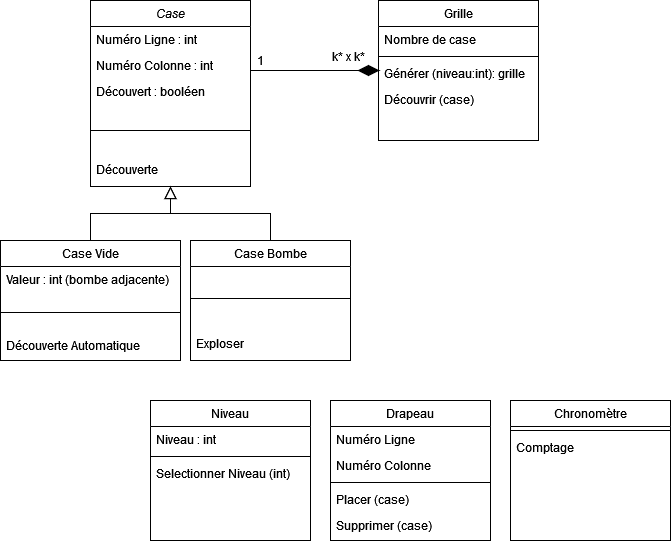
Above: diag_classe.png in leonielrx/demineur (draw.io), before the change. Source tidied: cells renumbered, new cells last; positions are measured from the earlier drawing's top-left corner, leaving out a move shared by most shapes.
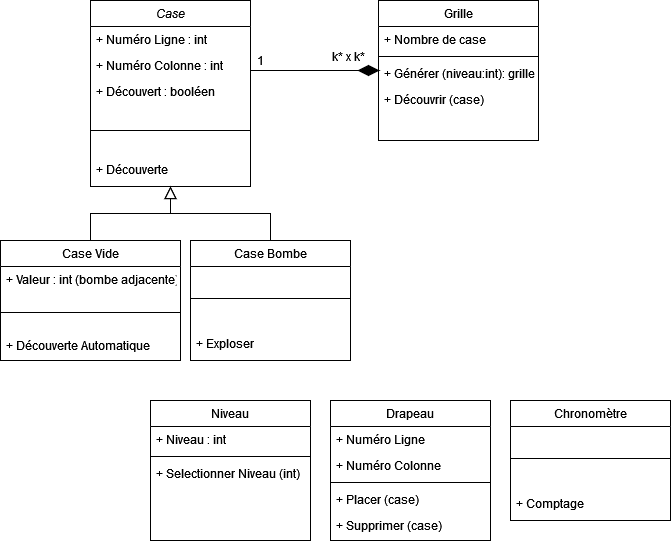
Above is the later version.

Commit message:
Mettre à jour diag_classe.png

What changed in the source:
```diff
@@ -5,31 +5,31 @@
     <mxCell id="2" value="Case" style="swimlane;fontStyle=2;align=center;verticalAlign=top;horizontal=1;startSize=26;rounded=0;shadow=0;strokeWidth=1;" parent="1" vertex="1">
       <mxGeometry x="90" width="160" height="186" as="geometry" />
     </mxCell>
-    <mxCell id="3" value="Numéro Ligne : int" style="text;align=left;verticalAlign=top;spacingLeft=4;spacingRight=4;overflow=hidden;" parent="2" vertex="1">
+    <mxCell id="3" value="+ Numéro Ligne : int" style="text;align=left;verticalAlign=top;spacingLeft=4;spacingRight=4;overflow=hidden;" parent="2" vertex="1">
       <mxGeometry y="26" width="160" height="26" as="geometry" />
     </mxCell>
-    <mxCell id="4" value="Numéro Colonne : int" style="text;align=left;verticalAlign=top;spacingLeft=4;spacingRight=4;overflow=hidden;rounded=0;shadow=0;html=0;" parent="2" vertex="1">
+    <mxCell id="4" value="+ Numéro Colonne : int" style="text;align=left;verticalAlign=top;spacingLeft=4;spacingRight=4;overflow=hidden;rounded=0;shadow=0;html=0;" parent="2" vertex="1">
       <mxGeometry y="52" width="160" height="26" as="geometry" />
     </mxCell>
-    <mxCell id="5" value="Découvert : booléen" style="text;align=left;verticalAlign=top;spacingLeft=4;spacingRight=4;overflow=hidden;rounded=0;shadow=0;html=0;" parent="2" vertex="1">
+    <mxCell id="5" value="+ Découvert : booléen" style="text;align=left;verticalAlign=top;spacingLeft=4;spacingRight=4;overflow=hidden;rounded=0;shadow=0;html=0;" parent="2" vertex="1">
       <mxGeometry y="78" width="160" height="26" as="geometry" />
     </mxCell>
     <mxCell id="6" style="line;html=1;strokeWidth=1;align=left;verticalAlign=middle;spacingTop=-1;spacingLeft=3;spacingRight=3;labelPosition=right;" parent="2" vertex="1">
       <mxGeometry y="104" width="160" height="52" as="geometry" />
     </mxCell>
-    <mxCell id="7" value="Découverte " style="text;align=left;verticalAlign=top;spacingLeft=4;spacingRight=4;overflow=hidden;" parent="2" vertex="1">
+    <mxCell id="7" value="+ Découverte " style="text;align=left;verticalAlign=top;spacingLeft=4;spacingRight=4;overflow=hidden;" parent="2" vertex="1">
       <mxGeometry y="156" width="160" height="30" as="geometry" />
     </mxCell>
     <mxCell id="8" value="Case Vide" style="swimlane;fontStyle=0;align=center;verticalAlign=top;horizontal=1;startSize=26;rounded=0;shadow=0;strokeWidth=1;" parent="1" vertex="1">
       <mxGeometry y="240" width="180" height="120" as="geometry" />
     </mxCell>
-    <mxCell id="9" value="Valeur : int (bombe adjacente)" style="text;align=left;verticalAlign=top;spacingLeft=4;spacingRight=4;overflow=hidden;" parent="8" vertex="1">
+    <mxCell id="9" value="+ Valeur : int (bombe adjacente)" style="text;align=left;verticalAlign=top;spacingLeft=4;spacingRight=4;overflow=hidden;" parent="8" vertex="1">
       <mxGeometry y="26" width="180" height="26" as="geometry" />
     </mxCell>
     <mxCell id="10" style="line;html=1;strokeWidth=1;align=left;verticalAlign=middle;spacingTop=-1;spacingLeft=3;spacingRight=3;labelPosition=right;" parent="8" vertex="1">
       <mxGeometry y="52" width="180" height="40" as="geometry" />
     </mxCell>
-    <mxCell id="11" value="Découverte Automatique" style="text;align=left;verticalAlign=top;spacingLeft=4;spacingRight=4;overflow=hidden;" parent="8" vertex="1">
+    <mxCell id="11" value="+ Découverte Automatique" style="text;align=left;verticalAlign=top;spacingLeft=4;spacingRight=4;overflow=hidden;" parent="8" vertex="1">
       <mxGeometry y="92" width="180" height="26" as="geometry" />
     </mxCell>
     <mxCell id="12" style="endArrow=block;endSize=10;endFill=0;shadow=0;strokeWidth=1;rounded=0;curved=0;edgeStyle=elbowEdgeStyle;elbow=vertical;" parent="1" edge="1" source="8" target="2">
@@ -41,7 +41,7 @@
     <mxCell id="14" style="line;html=1;strokeWidth=1;align=left;verticalAlign=middle;spacingTop=-1;spacingLeft=3;spacingRight=3;labelPosition=right;" parent="13" vertex="1">
       <mxGeometry y="26" width="160" height="64" as="geometry" />
     </mxCell>
-    <mxCell id="15" value="Exploser " style="text;align=left;verticalAlign=top;spacingLeft=4;spacingRight=4;overflow=hidden;" parent="13" vertex="1">
+    <mxCell id="15" value="+ Exploser " style="text;align=left;verticalAlign=top;spacingLeft=4;spacingRight=4;overflow=hidden;" parent="13" vertex="1">
       <mxGeometry y="90" width="160" height="26" as="geometry" />
     </mxCell>
     <mxCell id="16" style="endArrow=block;endSize=10;endFill=0;shadow=0;strokeWidth=1;rounded=0;curved=0;edgeStyle=elbowEdgeStyle;elbow=vertical;" parent="1" edge="1" source="13" target="2">
@@ -50,16 +50,16 @@
     <mxCell id="17" value="Grille" style="swimlane;fontStyle=0;align=center;verticalAlign=top;horizontal=1;startSize=26;rounded=0;shadow=0;strokeWidth=1;" parent="1" vertex="1">
       <mxGeometry x="378" width="160" height="140" as="geometry" />
     </mxCell>
-    <mxCell id="18" value="Nombre de case" style="text;align=left;verticalAlign=top;spacingLeft=4;spacingRight=4;overflow=hidden;" parent="17" vertex="1">
+    <mxCell id="18" value="+ Nombre de case" style="text;align=left;verticalAlign=top;spacingLeft=4;spacingRight=4;overflow=hidden;" parent="17" vertex="1">
       <mxGeometry y="26" width="160" height="26" as="geometry" />
     </mxCell>
     <mxCell id="19" style="line;html=1;strokeWidth=1;align=left;verticalAlign=middle;spacingTop=-1;spacingLeft=3;spacingRight=3;labelPosition=right;" parent="17" vertex="1">
       <mxGeometry y="52" width="160" height="8" as="geometry" />
     </mxCell>
-    <mxCell id="20" value="Générer (niveau:int): grille" style="text;align=left;verticalAlign=top;spacingLeft=4;spacingRight=4;overflow=hidden;" parent="17" vertex="1">
+    <mxCell id="20" value="+ Générer (niveau:int): grille" style="text;align=left;verticalAlign=top;spacingLeft=4;spacingRight=4;overflow=hidden;" parent="17" vertex="1">
       <mxGeometry y="60" width="160" height="26" as="geometry" />
     </mxCell>
-    <mxCell id="21" value="Découvrir (case)" style="text;align=left;verticalAlign=top;spacingLeft=4;spacingRight=4;overflow=hidden;" parent="17" vertex="1">
+    <mxCell id="21" value="+ Découvrir (case)" style="text;align=left;verticalAlign=top;spacingLeft=4;spacingRight=4;overflow=hidden;" parent="17" vertex="1">
       <mxGeometry y="86" width="160" height="26" as="geometry" />
     </mxCell>
     <mxCell id="22" style="endArrow=none;shadow=0;strokeWidth=1;rounded=0;curved=0;endFill=0;edgeStyle=elbowEdgeStyle;elbow=vertical;entryX=0.5;entryY=1;entryDx=0;entryDy=0;" parent="1" edge="1" source="2" target="30">
@@ -75,47 +75,47 @@
     <mxCell id="24" value="Drapeau" style="swimlane;fontStyle=0;align=center;verticalAlign=top;horizontal=1;startSize=26;rounded=0;shadow=0;strokeWidth=1;" parent="1" vertex="1">
       <mxGeometry x="330" y="400" width="160" height="140" as="geometry" />
     </mxCell>
-    <mxCell id="25" value="Numéro Ligne " style="text;align=left;verticalAlign=top;spacingLeft=4;spacingRight=4;overflow=hidden;" parent="24" vertex="1">
+    <mxCell id="25" value="+ Numéro Ligne " style="text;align=left;verticalAlign=top;spacingLeft=4;spacingRight=4;overflow=hidden;" parent="24" vertex="1">
       <mxGeometry y="26" width="160" height="26" as="geometry" />
     </mxCell>
-    <mxCell id="26" value="Numéro Colonne" style="text;align=left;verticalAlign=top;spacingLeft=4;spacingRight=4;overflow=hidden;" parent="24" vertex="1">
+    <mxCell id="26" value="+ Numéro Colonne" style="text;align=left;verticalAlign=top;spacingLeft=4;spacingRight=4;overflow=hidden;" parent="24" vertex="1">
       <mxGeometry y="52" width="160" height="26" as="geometry" />
     </mxCell>
     <mxCell id="27" style="line;html=1;strokeWidth=1;align=left;verticalAlign=middle;spacingTop=-1;spacingLeft=3;spacingRight=3;labelPosition=right;" parent="24" vertex="1">
       <mxGeometry y="78" width="160" height="8" as="geometry" />
     </mxCell>
-    <mxCell id="28" value="Placer (case)" style="text;align=left;verticalAlign=top;spacingLeft=4;spacingRight=4;overflow=hidden;" parent="24" vertex="1">
+    <mxCell id="28" value="+ Placer (case)" style="text;align=left;verticalAlign=top;spacingLeft=4;spacingRight=4;overflow=hidden;" parent="24" vertex="1">
       <mxGeometry y="86" width="160" height="26" as="geometry" />
     </mxCell>
-    <mxCell id="29" value="Supprimer (case)" style="text;align=left;verticalAlign=top;spacingLeft=4;spacingRight=4;overflow=hidden;" parent="24" vertex="1">
+    <mxCell id="29" value="+ Supprimer (case)" style="text;align=left;verticalAlign=top;spacingLeft=4;spacingRight=4;overflow=hidden;" parent="24" vertex="1">
       <mxGeometry y="112" width="160" height="26" as="geometry" />
     </mxCell>
     <mxCell id="30" style="rhombus;whiteSpace=wrap;html=1;direction=south;fillColor=#000000;" parent="1" vertex="1">
       <mxGeometry x="358" y="65" width="20" height="10" as="geometry" />
     </mxCell>
-    <mxCell id="31" value="Chronomètre" style="swimlane;fontStyle=0;align=center;verticalAlign=top;horizontal=1;startSize=26;rounded=0;shadow=0;strokeWidth=1;" parent="1" vertex="1">
-      <mxGeometry x="510" y="400" width="160" height="140" as="geometry" />
-    </mxCell>
-    <mxCell id="32" style="line;html=1;strokeWidth=1;align=left;verticalAlign=middle;spacingTop=-1;spacingLeft=3;spacingRight=3;labelPosition=right;" parent="31" vertex="1">
-      <mxGeometry y="26" width="160" height="8" as="geometry" />
-    </mxCell>
-    <mxCell id="33" value="Comptage" style="text;align=left;verticalAlign=top;spacingLeft=4;spacingRight=4;overflow=hidden;" parent="31" vertex="1">
-      <mxGeometry y="34" width="160" height="26" as="geometry" />
-    </mxCell>
     <mxCell id="34" value="Niveau" style="swimlane;fontStyle=0;align=center;verticalAlign=top;horizontal=1;startSize=26;rounded=0;shadow=0;strokeWidth=1;" parent="1" vertex="1">
       <mxGeometry x="150" y="400" width="160" height="140" as="geometry" />
     </mxCell>
-    <mxCell id="35" value="Niveau : int" style="text;align=left;verticalAlign=top;spacingLeft=4;spacingRight=4;overflow=hidden;" parent="34" vertex="1">
+    <mxCell id="35" value="+ Niveau : int" style="text;align=left;verticalAlign=top;spacingLeft=4;spacingRight=4;overflow=hidden;" parent="34" vertex="1">
       <mxGeometry y="26" width="160" height="26" as="geometry" />
     </mxCell>
     <mxCell id="36" style="line;html=1;strokeWidth=1;align=left;verticalAlign=middle;spacingTop=-1;spacingLeft=3;spacingRight=3;labelPosition=right;" parent="34" vertex="1">
       <mxGeometry y="52" width="160" height="8" as="geometry" />
     </mxCell>
-    <mxCell id="37" value="Selectionner Niveau (int)" style="text;align=left;verticalAlign=top;spacingLeft=4;spacingRight=4;overflow=hidden;" parent="34" vertex="1">
+    <mxCell id="37" value="+ Selectionner Niveau (int)" style="text;align=left;verticalAlign=top;spacingLeft=4;spacingRight=4;overflow=hidden;" parent="34" vertex="1">
       <mxGeometry y="60" width="160" height="26" as="geometry" />
     </mxCell>
     <mxCell id="38" value="1" style="text;html=1;align=center;verticalAlign=middle;whiteSpace=wrap;rounded=0;" parent="1" vertex="1">
       <mxGeometry x="230" y="45" width="60" height="30" as="geometry" />
     </mxCell>
+    <mxCell id="31" value="Chronomètre" style="swimlane;fontStyle=0;align=center;verticalAlign=top;horizontal=1;startSize=26;rounded=0;shadow=0;strokeWidth=1;" parent="1" vertex="1">
+      <mxGeometry x="510" y="400" width="160" height="120" as="geometry" />
+    </mxCell>
+    <mxCell id="39" style="line;html=1;strokeWidth=1;align=left;verticalAlign=middle;spacingTop=-1;spacingLeft=3;spacingRight=3;labelPosition=right;" parent="31" vertex="1">
+      <mxGeometry y="26" width="160" height="64" as="geometry" />
+    </mxCell>
+    <mxCell id="40" value="+ Comptage " style="text;align=left;verticalAlign=top;spacingLeft=4;spacingRight=4;overflow=hidden;" parent="31" vertex="1">
+      <mxGeometry y="90" width="160" height="26" as="geometry" />
+    </mxCell>
   </root>
 </mxGraphModel>
```
